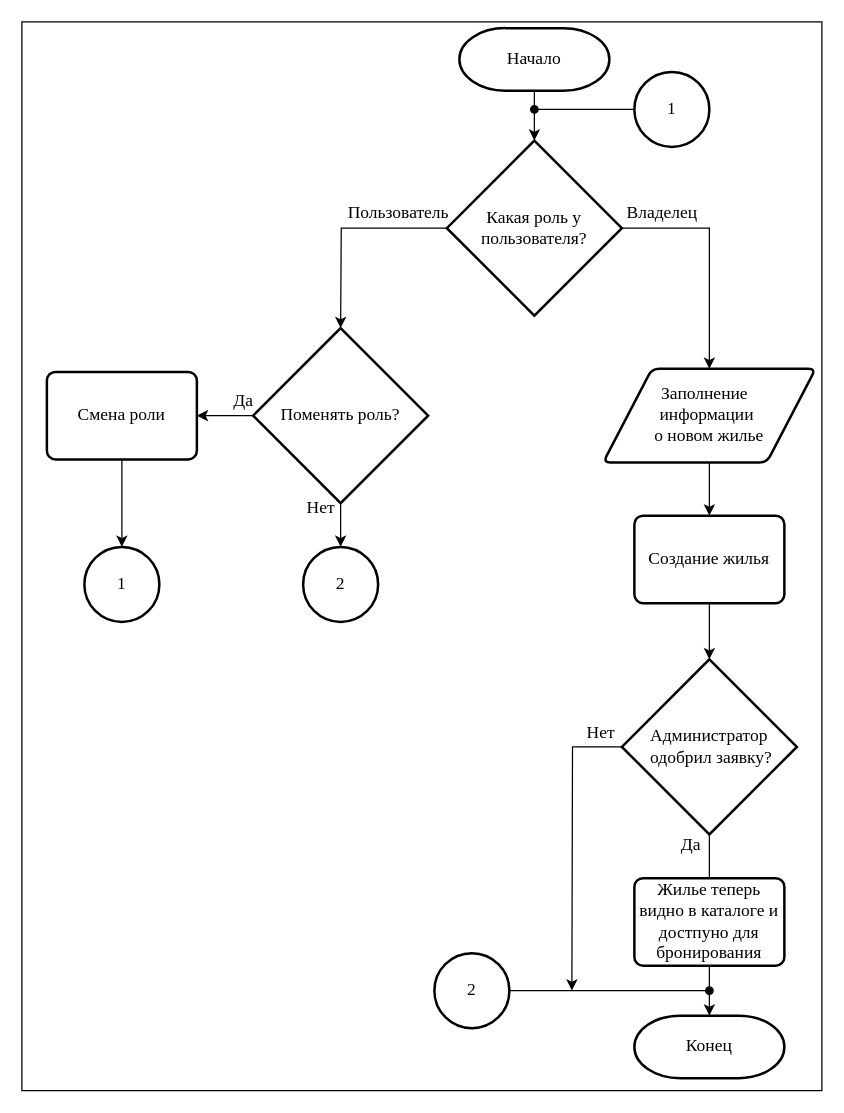
Slnpa/Diplom keeps this draw.io diagram as KURSACH/Алгоритм создания жилья.drawio. Above is the earlier version. Source tidied: cells renumbered, new cells numbered last; positions are measured from the earlier drawing's top-left corner, leaving out a move shared by most shapes. Both pictures are drawn from the tidied source at 125%, with x=0, y=0 at pixel (21, 21).
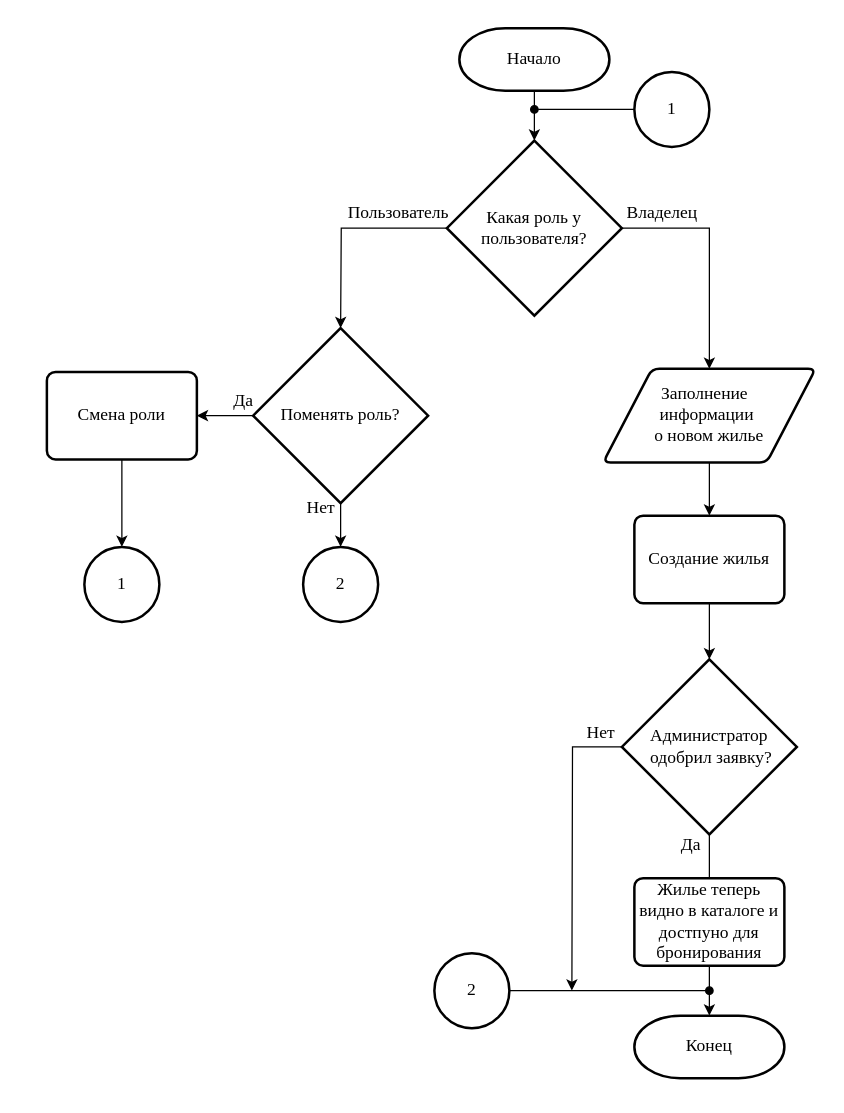
The same diagram, later.

What changed in the source:
```diff
@@
-    <mxCell id="2" style="rounded=0;whiteSpace=wrap;html=1;" parent="1" vertex="1">
-      <mxGeometry width="640" height="855" as="geometry" />
-    </mxCell>
```
